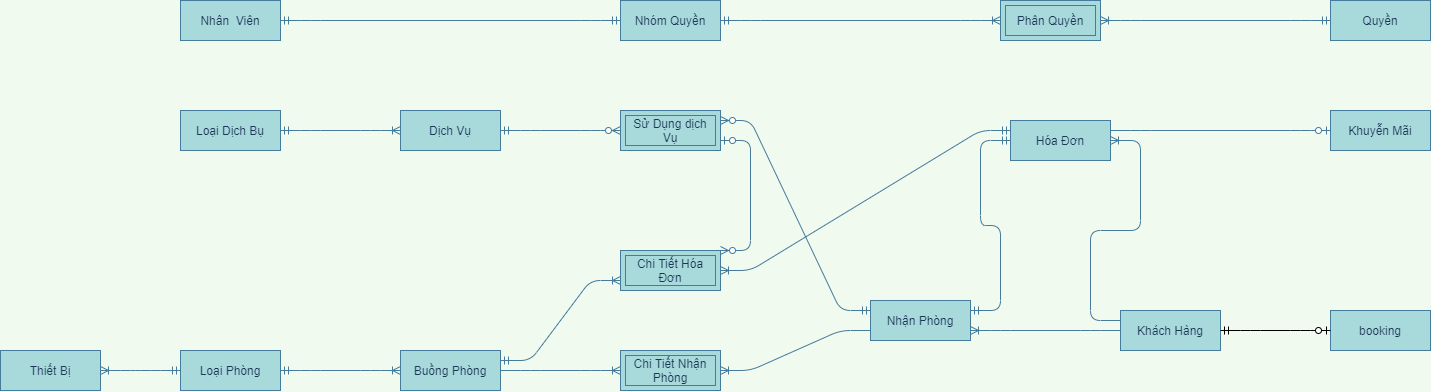
This is EntityRelationship-QLKS.png from maialino123/QLKS, a draw.io export, as it was before one commit. Source tidied: cells renumbered, new cells last; positions are measured from the earlier drawing's top-left corner, leaving out a move shared by most shapes.
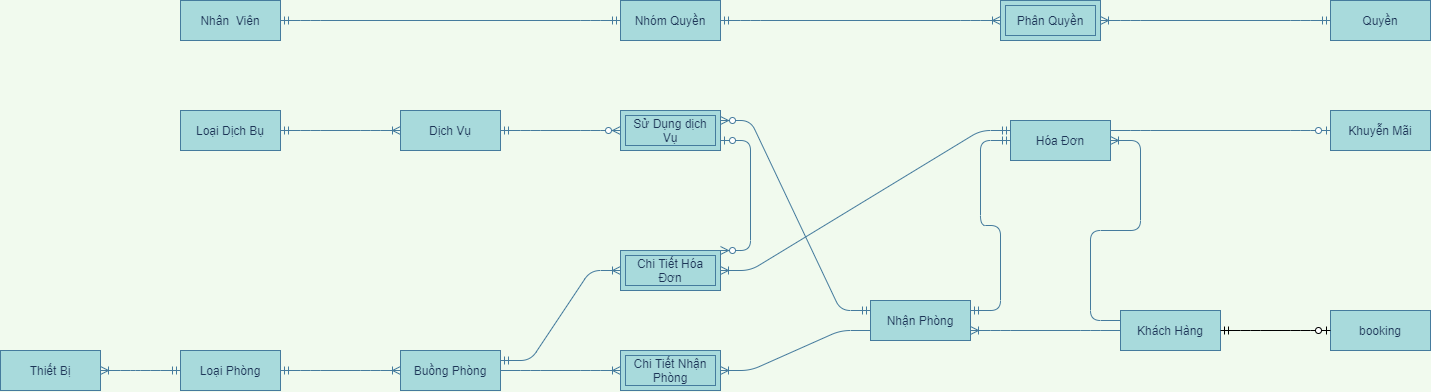
The same file after the commit.

Change to the diagram source:
```diff
@@ -47,7 +47,7 @@
     <mxCell id="16" style="edgeStyle=entityRelationEdgeStyle;fontSize=12;html=1;endArrow=ERzeroToMany;startArrow=ERmandOne;entryX=1;entryY=0.25;entryDx=0;entryDy=0;labelBackgroundColor=#F1FAEE;strokeColor=#457B9D;fontColor=#1D3557;exitX=0;exitY=0.25;exitDx=0;exitDy=0;" parent="1" edge="1" source="32" target="15">
       <mxGeometry relative="1" as="geometry" />
     </mxCell>
-    <mxCell id="17" style="edgeStyle=entityRelationEdgeStyle;fontSize=12;html=1;endArrow=ERoneToMany;startArrow=ERmandOne;strokeColor=#457B9D;fillColor=#A8DADC;entryX=0;entryY=0.75;entryDx=0;entryDy=0;exitX=1;exitY=0.25;exitDx=0;exitDy=0;" parent="1" edge="1" source="31" target="9">
+    <mxCell id="17" style="edgeStyle=entityRelationEdgeStyle;fontSize=12;html=1;endArrow=ERoneToMany;startArrow=ERmandOne;strokeColor=#457B9D;fillColor=#A8DADC;entryX=0;entryY=0.5;entryDx=0;entryDy=0;exitX=1;exitY=0.25;exitDx=0;exitDy=0;" parent="1" edge="1" source="31" target="9">
       <mxGeometry relative="1" as="geometry" />
     </mxCell>
     <mxCell id="18" style="edgeStyle=entityRelationEdgeStyle;fontSize=12;html=1;endArrow=ERzeroToMany;startArrow=ERzeroToOne;strokeColor=#457B9D;fillColor=#A8DADC;exitX=1;exitY=0.75;exitDx=0;exitDy=0;entryX=1;entryY=0;entryDx=0;entryDy=0;" parent="1" edge="1" source="15" target="9">
```
